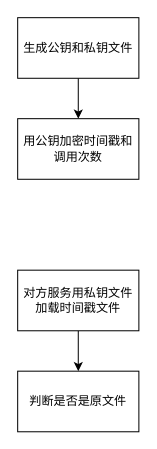
Above: Untitled Diagram.drawio in archwolf118/AI (draw.io), before the change. Source tidied: cells renumbered, new cells numbered last; positions are measured from the earlier drawing's top-left corner, leaving out a move shared by most shapes. Both pictures are drawn from the tidied source at 101%, with x=0, y=0 at pixel (17, 17).
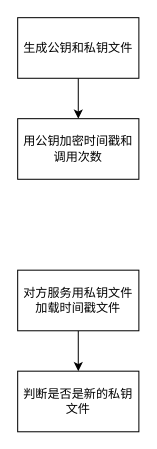
After the change.

The edit, as a diff of the source:
```diff
@@
 <mxGraphModel>
   <root>
     <mxCell id="0" />
     <mxCell id="1" parent="0" />
     <mxCell id="2" style="edgeStyle=orthogonalEdgeStyle;rounded=0;jettySize=auto;html=1;exitX=0.5;exitY=1;exitDx=0;exitDy=0;entryX=0.5;entryY=0;entryDx=0;entryDy=0;" parent="1" edge="1" source="3" target="4">
       <mxGeometry relative="1" as="geometry" />
     </mxCell>
     <mxCell id="3" value="生成公钥和私钥文件" style="rounded=0;whiteSpace=wrap;html=1;" parent="1" vertex="1">
       <mxGeometry width="120" height="60" as="geometry" />
     </mxCell>
     <mxCell id="4" value="用公钥加密时间戳和调用次数" style="rounded=0;whiteSpace=wrap;html=1;" parent="1" vertex="1">
       <mxGeometry y="100" width="120" height="60" as="geometry" />
     </mxCell>
     <mxCell id="5" style="edgeStyle=orthogonalEdgeStyle;rounded=0;jettySize=auto;html=1;exitX=0.5;exitY=1;exitDx=0;exitDy=0;entryX=0.5;entryY=0;entryDx=0;entryDy=0;" parent="1" edge="1" source="6" target="7">
       <mxGeometry relative="1" as="geometry" />
     </mxCell>
     <mxCell id="6" value="对方服务用私钥文件加载时间戳文件" style="rounded=0;whiteSpace=wrap;html=1;" parent="1" vertex="1">
       <mxGeometry y="250" width="120" height="60" as="geometry" />
     </mxCell>
-    <mxCell id="7" value="判断是否是原文件" style="rounded=0;whiteSpace=wrap;html=1;" parent="1" vertex="1">
+    <mxCell id="7" value="判断是否是新的私钥文件" style="rounded=0;whiteSpace=wrap;html=1;" parent="1" vertex="1">
       <mxGeometry y="350" width="120" height="60" as="geometry" />
     </mxCell>
   </root>
 </mxGraphModel>
```
